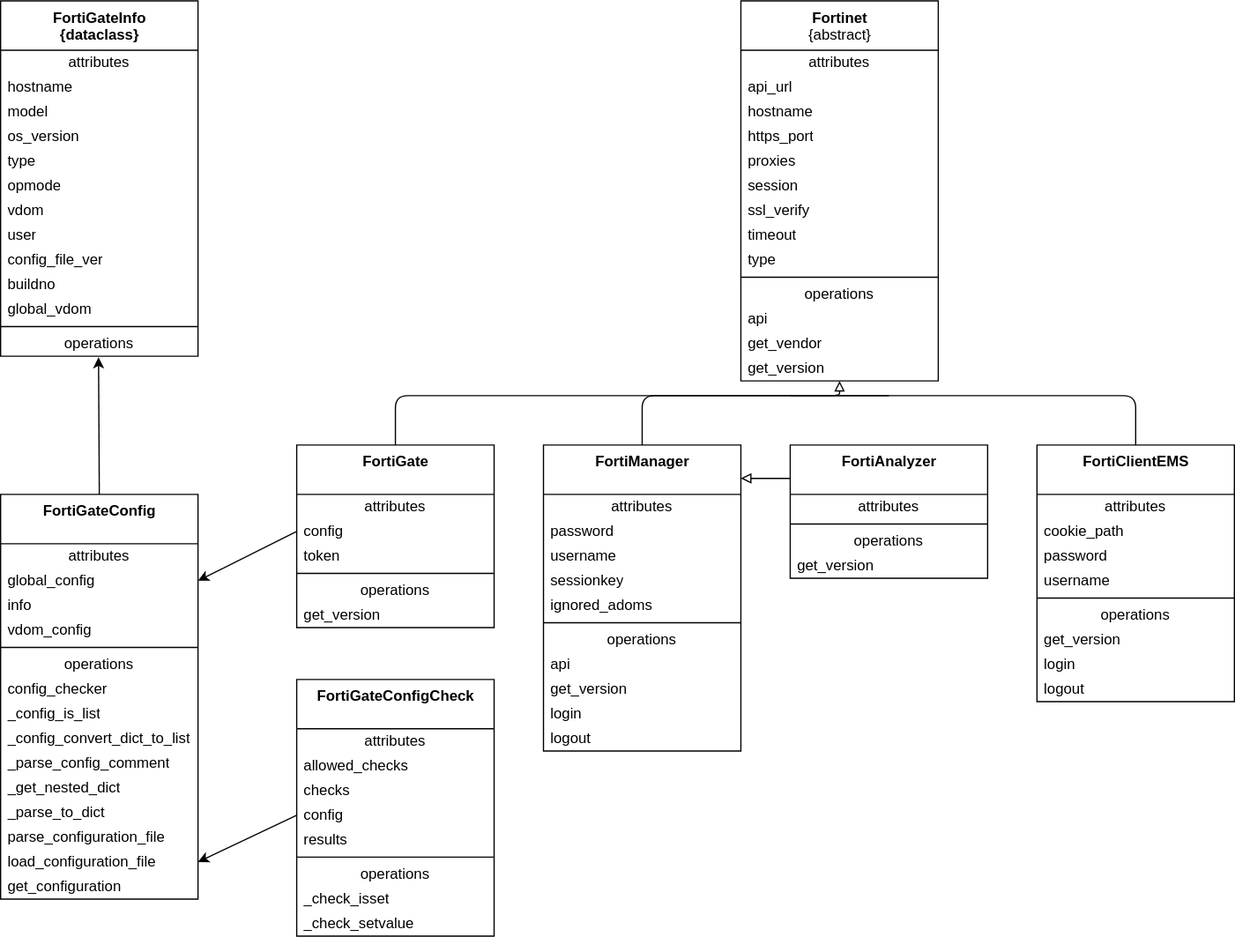
migros/fotoobo keeps this draw.io diagram as docs/source/developer/architecture/diagrams/classes.drawio.svg. Above is the earlier version. Source tidied: cells renumbered, new cells last; positions are measured from the earlier drawing's top-left corner, leaving out a move shared by most shapes.
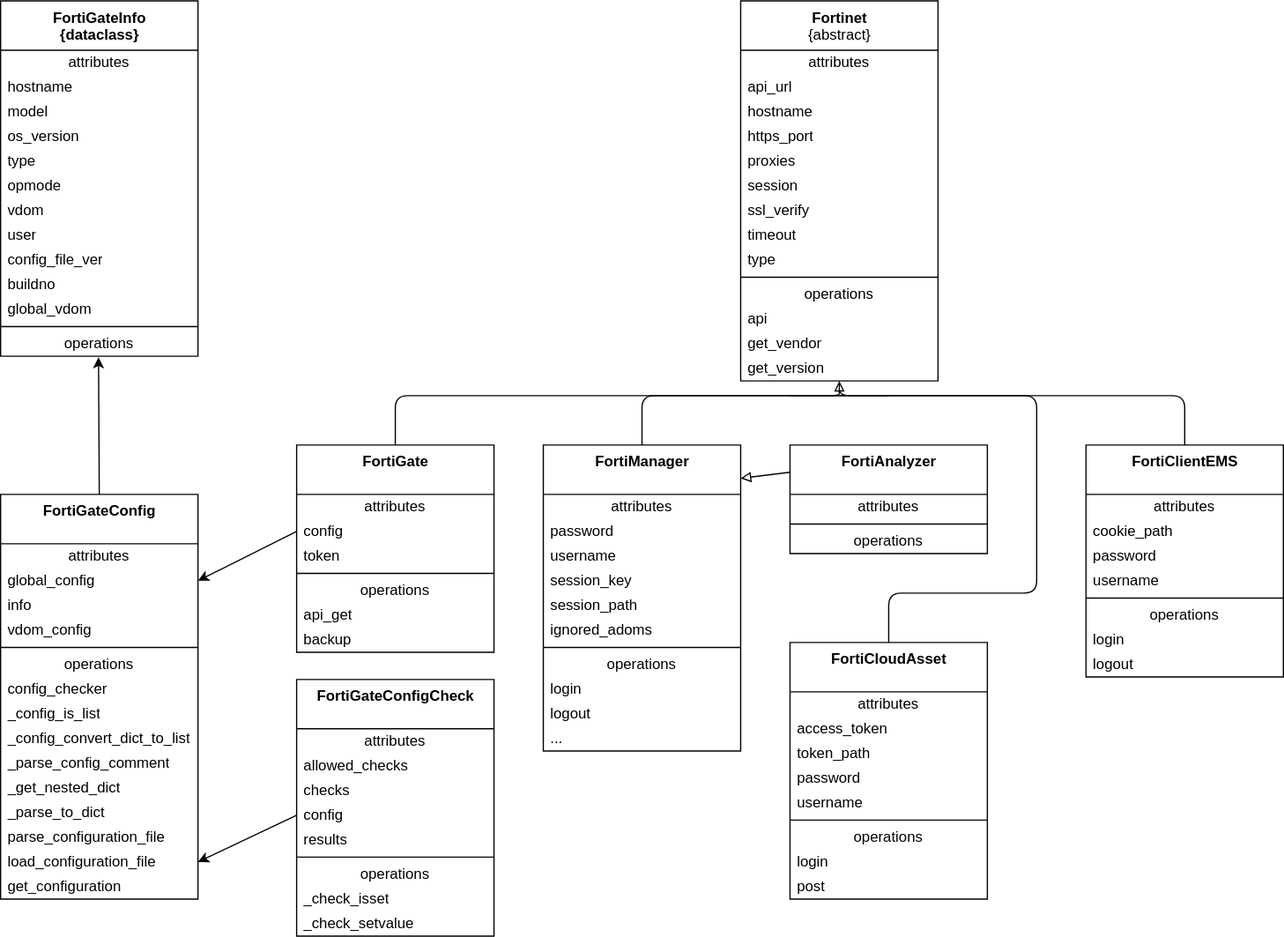
After the commit.

What changed in the source:
```diff
@@ -48,7 +48,7 @@
       <mxGeometry y="288" width="160" height="20" as="geometry" />
     </mxCell>
     <mxCell id="17" value="&lt;b&gt;FortiGate&lt;/b&gt;&lt;br&gt;" style="swimlane;fontStyle=0;align=center;verticalAlign=top;horizontal=1;startSize=40;html=1;" parent="1" vertex="1">
-      <mxGeometry x="240" y="360" width="160" height="148" as="geometry" />
+      <mxGeometry x="240" y="360" width="160" height="168" as="geometry" />
     </mxCell>
     <mxCell id="18" value="attributes" style="text;html=1;strokeColor=none;fillColor=none;align=center;verticalAlign=middle;spacingLeft=4;spacingRight=4;overflow=hidden;" parent="17" vertex="1">
       <mxGeometry y="40" width="160" height="20" as="geometry" />
@@ -65,9 +65,12 @@
     <mxCell id="22" value="operations" style="text;html=1;strokeColor=none;fillColor=none;align=center;verticalAlign=middle;spacingLeft=4;spacingRight=4;overflow=hidden;" parent="17" vertex="1">
       <mxGeometry y="108" width="160" height="20" as="geometry" />
     </mxCell>
-    <mxCell id="23" value="get_version" style="text;html=1;strokeColor=none;fillColor=none;align=left;verticalAlign=middle;spacingLeft=4;spacingRight=4;overflow=hidden;" parent="17" vertex="1">
-      <mxGeometry y="128" width="160" height="20" as="geometry" />
-    </mxCell>
+    <mxCell id="98" value="api_get" style="text;html=1;strokeColor=none;fillColor=none;align=left;verticalAlign=middle;spacingLeft=4;spacingRight=4;overflow=hidden;" parent="17" vertex="1">
+      <mxGeometry y="128" width="160" height="20" as="geometry" />
+    </mxCell>
+    <mxCell id="99" value="backup" style="text;html=1;strokeColor=none;fillColor=none;align=left;verticalAlign=middle;spacingLeft=4;spacingRight=4;overflow=hidden;" parent="17" vertex="1">
+      <mxGeometry y="148" width="160" height="20" as="geometry" />
+    </mxCell>
     <mxCell id="24" value="&lt;b&gt;FortiGateConfig&lt;/b&gt;&lt;br&gt;" style="swimlane;fontStyle=0;align=center;verticalAlign=top;horizontal=1;startSize=40;html=1;" parent="1" vertex="1">
       <mxGeometry y="400" width="160" height="328" as="geometry" />
     </mxCell>
@@ -131,32 +134,32 @@
     <mxCell id="44" value="username" style="text;html=1;strokeColor=none;fillColor=none;align=left;verticalAlign=middle;spacingLeft=4;spacingRight=4;overflow=hidden;" parent="41" vertex="1">
       <mxGeometry y="80" width="160" height="20" as="geometry" />
     </mxCell>
-    <mxCell id="45" value="sessionkey" style="text;html=1;strokeColor=none;fillColor=none;align=left;verticalAlign=middle;spacingLeft=4;spacingRight=4;overflow=hidden;" parent="41" vertex="1">
+    <mxCell id="45" value="session_key" style="text;html=1;strokeColor=none;fillColor=none;align=left;verticalAlign=middle;spacingLeft=4;spacingRight=4;overflow=hidden;" parent="41" vertex="1">
       <mxGeometry y="100" width="160" height="20" as="geometry" />
     </mxCell>
+    <mxCell id="100" value="session_path" style="text;html=1;strokeColor=none;fillColor=none;align=left;verticalAlign=middle;spacingLeft=4;spacingRight=4;overflow=hidden;" parent="41" vertex="1">
+      <mxGeometry y="120" width="160" height="20" as="geometry" />
+    </mxCell>
     <mxCell id="46" value="ignored_adoms" style="text;html=1;strokeColor=none;fillColor=none;align=left;verticalAlign=middle;spacingLeft=4;spacingRight=4;overflow=hidden;" parent="41" vertex="1">
-      <mxGeometry y="120" width="160" height="20" as="geometry" />
+      <mxGeometry y="140" width="160" height="20" as="geometry" />
     </mxCell>
     <mxCell id="47" style="line;strokeWidth=1;fillColor=none;align=left;verticalAlign=middle;spacingTop=-1;spacingLeft=3;spacingRight=3;labelPosition=right;" parent="41" vertex="1">
-      <mxGeometry y="140" width="160" height="8" as="geometry" />
+      <mxGeometry y="160" width="160" height="8" as="geometry" />
     </mxCell>
     <mxCell id="48" value="operations" style="text;html=1;strokeColor=none;fillColor=none;align=center;verticalAlign=middle;spacingLeft=4;spacingRight=4;overflow=hidden;" parent="41" vertex="1">
-      <mxGeometry y="148" width="160" height="20" as="geometry" />
+      <mxGeometry y="168" width="160" height="20" as="geometry" />
     </mxCell>
-    <mxCell id="49" value="api" style="text;html=1;strokeColor=none;fillColor=none;align=left;verticalAlign=middle;spacingLeft=4;spacingRight=4;overflow=hidden;" parent="41" vertex="1">
-      <mxGeometry y="168" width="160" height="20" as="geometry" />
-    </mxCell>
-    <mxCell id="50" value="get_version" style="text;html=1;strokeColor=none;fillColor=none;align=left;verticalAlign=middle;spacingLeft=4;spacingRight=4;overflow=hidden;" parent="41" vertex="1">
-      <mxGeometry y="188" width="160" height="20" as="geometry" />
-    </mxCell>
     <mxCell id="51" value="login" style="text;html=1;strokeColor=none;fillColor=none;align=left;verticalAlign=middle;spacingLeft=4;spacingRight=4;overflow=hidden;" parent="41" vertex="1">
-      <mxGeometry y="208" width="160" height="20" as="geometry" />
+      <mxGeometry y="188" width="160" height="20" as="geometry" />
     </mxCell>
     <mxCell id="52" value="logout" style="text;html=1;strokeColor=none;fillColor=none;align=left;verticalAlign=middle;spacingLeft=4;spacingRight=4;overflow=hidden;" parent="41" vertex="1">
-      <mxGeometry y="228" width="160" height="20" as="geometry" />
+      <mxGeometry y="208" width="160" height="20" as="geometry" />
     </mxCell>
+    <mxCell id="101" value="..." style="text;html=1;strokeColor=none;fillColor=none;align=left;verticalAlign=middle;spacingLeft=4;spacingRight=4;overflow=hidden;" parent="41" vertex="1">
+      <mxGeometry y="228" width="160" height="20" as="geometry" />
+    </mxCell>
     <mxCell id="53" value="&lt;b&gt;FortiAnalyzer&lt;/b&gt;" style="swimlane;fontStyle=0;align=center;verticalAlign=top;horizontal=1;startSize=40;html=1;" parent="1" vertex="1">
-      <mxGeometry x="640" y="360" width="160" height="108" as="geometry" />
+      <mxGeometry x="640" y="360" width="160" height="88" as="geometry" />
     </mxCell>
     <mxCell id="54" value="attributes" style="text;html=1;strokeColor=none;fillColor=none;align=center;verticalAlign=middle;spacingLeft=4;spacingRight=4;overflow=hidden;" parent="53" vertex="1">
       <mxGeometry y="40" width="160" height="20" as="geometry" />
@@ -167,11 +170,8 @@
     <mxCell id="56" value="operations" style="text;html=1;strokeColor=none;fillColor=none;align=center;verticalAlign=middle;spacingLeft=4;spacingRight=4;overflow=hidden;" parent="53" vertex="1">
       <mxGeometry y="68" width="160" height="20" as="geometry" />
     </mxCell>
-    <mxCell id="57" value="get_version" style="text;html=1;strokeColor=none;fillColor=none;align=left;verticalAlign=middle;spacingLeft=4;spacingRight=4;overflow=hidden;" parent="53" vertex="1">
-      <mxGeometry y="88" width="160" height="20" as="geometry" />
-    </mxCell>
     <mxCell id="58" value="&lt;b&gt;FortiClientEMS&lt;/b&gt;" style="swimlane;fontStyle=0;align=center;verticalAlign=top;horizontal=1;startSize=40;html=1;" parent="1" vertex="1">
-      <mxGeometry x="840" y="360" width="160" height="208" as="geometry" />
+      <mxGeometry x="880" y="360" width="160" height="188" as="geometry" />
     </mxCell>
     <mxCell id="59" value="attributes" style="text;html=1;strokeColor=none;fillColor=none;align=center;verticalAlign=middle;spacingLeft=4;spacingRight=4;overflow=hidden;" parent="58" vertex="1">
       <mxGeometry y="40" width="160" height="20" as="geometry" />
@@ -191,14 +191,11 @@
     <mxCell id="64" value="operations" style="text;html=1;strokeColor=none;fillColor=none;align=center;verticalAlign=middle;spacingLeft=4;spacingRight=4;overflow=hidden;" parent="58" vertex="1">
       <mxGeometry y="128" width="160" height="20" as="geometry" />
     </mxCell>
-    <mxCell id="65" value="get_version" style="text;html=1;strokeColor=none;fillColor=none;align=left;verticalAlign=middle;spacingLeft=4;spacingRight=4;overflow=hidden;" parent="58" vertex="1">
-      <mxGeometry y="148" width="160" height="20" as="geometry" />
-    </mxCell>
     <mxCell id="66" value="login" style="text;html=1;strokeColor=none;fillColor=none;align=left;verticalAlign=middle;spacingLeft=4;spacingRight=4;overflow=hidden;" parent="58" vertex="1">
-      <mxGeometry y="168" width="160" height="20" as="geometry" />
+      <mxGeometry y="148" width="160" height="20" as="geometry" />
     </mxCell>
     <mxCell id="67" value="logout" style="text;html=1;strokeColor=none;fillColor=none;align=left;verticalAlign=middle;spacingLeft=4;spacingRight=4;overflow=hidden;" parent="58" vertex="1">
-      <mxGeometry y="188" width="160" height="20" as="geometry" />
+      <mxGeometry y="168" width="160" height="20" as="geometry" />
     </mxCell>
     <mxCell id="68" style="edgeStyle=elbowEdgeStyle;elbow=vertical;endArrow=block;html=1;exitX=0.5;exitY=0;exitDx=0;exitDy=0;endFill=0;startArrow=none;startFill=0;" parent="1" edge="1" source="17" target="16">
       <mxGeometry relative="1" as="geometry">
@@ -219,7 +216,7 @@
       <mxGeometry relative="1" as="geometry">
         <mxPoint x="640" y="320" as="targetPoint" />
         <Array as="points">
-          <mxPoint x="920" y="320" />
+          <mxPoint x="960" y="320" />
         </Array>
       </mxGeometry>
     </mxCell>
@@ -306,5 +303,46 @@
         <mxPoint x="600" y="387" as="targetPoint" />
       </mxGeometry>
     </mxCell>
+    <mxCell id="102" value="&lt;b&gt;FortiCloudAsset&lt;/b&gt;" style="swimlane;fontStyle=0;align=center;verticalAlign=top;horizontal=1;startSize=40;html=1;" parent="1" vertex="1">
+      <mxGeometry x="640" y="520" width="160" height="208" as="geometry" />
+    </mxCell>
+    <mxCell id="103" value="attributes" style="text;html=1;strokeColor=none;fillColor=none;align=center;verticalAlign=middle;spacingLeft=4;spacingRight=4;overflow=hidden;" parent="102" vertex="1">
+      <mxGeometry y="40" width="160" height="20" as="geometry" />
+    </mxCell>
+    <mxCell id="104" value="access_token" style="text;html=1;strokeColor=none;fillColor=none;align=left;verticalAlign=middle;spacingLeft=4;spacingRight=4;overflow=hidden;" parent="102" vertex="1">
+      <mxGeometry y="60" width="160" height="20" as="geometry" />
+    </mxCell>
+    <mxCell id="105" value="token_path" style="text;html=1;strokeColor=none;fillColor=none;align=left;verticalAlign=middle;spacingLeft=4;spacingRight=4;overflow=hidden;" parent="102" vertex="1">
+      <mxGeometry y="80" width="160" height="20" as="geometry" />
+    </mxCell>
+    <mxCell id="106" value="password" style="text;html=1;strokeColor=none;fillColor=none;align=left;verticalAlign=middle;spacingLeft=4;spacingRight=4;overflow=hidden;" parent="102" vertex="1">
+      <mxGeometry y="100" width="160" height="20" as="geometry" />
+    </mxCell>
+    <mxCell id="107" value="username" style="text;html=1;strokeColor=none;fillColor=none;align=left;verticalAlign=middle;spacingLeft=4;spacingRight=4;overflow=hidden;" parent="102" vertex="1">
+      <mxGeometry y="120" width="160" height="20" as="geometry" />
+    </mxCell>
+    <mxCell id="108" style="line;strokeWidth=1;fillColor=none;align=left;verticalAlign=middle;spacingTop=-1;spacingLeft=3;spacingRight=3;labelPosition=right;" parent="102" vertex="1">
+      <mxGeometry y="140" width="160" height="8" as="geometry" />
+    </mxCell>
+    <mxCell id="109" value="operations" style="text;html=1;strokeColor=none;fillColor=none;align=center;verticalAlign=middle;spacingLeft=4;spacingRight=4;overflow=hidden;" parent="102" vertex="1">
+      <mxGeometry y="148" width="160" height="20" as="geometry" />
+    </mxCell>
+    <mxCell id="110" value="login" style="text;html=1;strokeColor=none;fillColor=none;align=left;verticalAlign=middle;spacingLeft=4;spacingRight=4;overflow=hidden;" parent="102" vertex="1">
+      <mxGeometry y="168" width="160" height="20" as="geometry" />
+    </mxCell>
+    <mxCell id="111" value="post" style="text;html=1;strokeColor=none;fillColor=none;align=left;verticalAlign=middle;spacingLeft=4;spacingRight=4;overflow=hidden;" parent="102" vertex="1">
+      <mxGeometry y="188" width="160" height="20" as="geometry" />
+    </mxCell>
+    <mxCell id="112" style="endArrow=none;html=1;exitX=0.5;exitY=0;exitDx=0;exitDy=0;" parent="1" edge="1" source="102">
+      <mxGeometry relative="1" as="geometry">
+        <mxPoint x="680" y="310" as="targetPoint" />
+        <Array as="points">
+          <mxPoint x="720" y="480" />
+          <mxPoint x="840" y="480" />
+          <mxPoint x="840" y="320" />
+          <mxPoint x="680" y="320" />
+        </Array>
+      </mxGeometry>
+    </mxCell>
   </root>
 </mxGraphModel>
```
